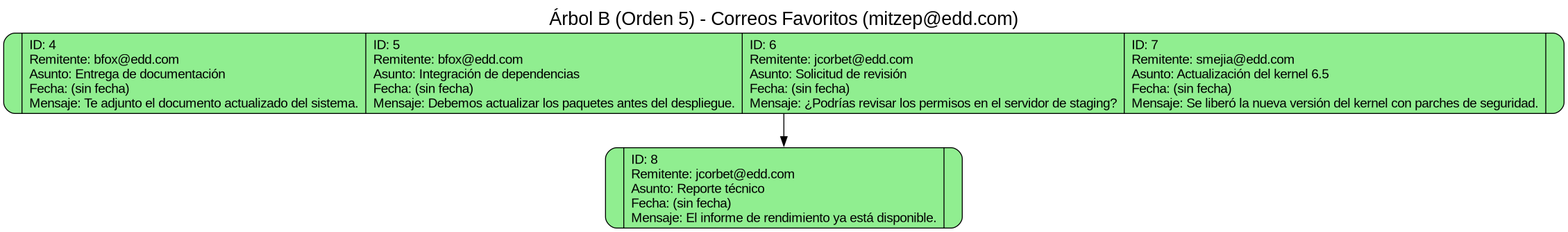
This is Fase3/src/Reportes/Usuario-Reportes/mitzep@edd.com/favoritos_btree.png from ChristianChinchilla/-EDD-2S2025_202308227, a Graphviz export, as it was before one commit. Its source is kept beside it as Fase3/src/Reportes/Usuario-Reportes/mitzep@edd.com/favoritos_btree.dot. Its diagram source:
```dot
digraph G {
  graph [fontname="Helvetica"];
  node  [shape=record, style="rounded,filled", fillcolor="lightgreen", fontname="Helvetica"];
  label="Árbol B (Orden 5) - Correos Favoritos (mitzep@edd.com)"; labelloc=t; fontsize=20;
  root [label="|{ID: 4\lRemitente: bfox@edd.com\lAsunto: Entrega de documentación\lFecha: (sin fecha)\lMensaje: Te adjunto el documento actualizado del sistema.\l}|{ID: 5\lRemitente: bfox@edd.com\lAsunto: Integración de dependencias\lFecha: (sin fecha)\lMensaje: Debemos actualizar los paquetes antes del despliegue.\l}|{ID: 6\lRemitente: jcorbet@edd.com\lAsunto: Solicitud de revisión\lFecha: (sin fecha)\lMensaje: ¿Podrías revisar los permisos en el servidor de staging?\l}|{ID: 7\lRemitente: smejia@edd.com\lAsunto: Actualización del kernel 6.5\lFecha: (sin fecha)\lMensaje: Se liberó la nueva versión del kernel con parches de seguridad.\l}|"];
  c0 [label="|{ID: 8\lRemitente: jcorbet@edd.com\lAsunto: Reporte técnico\lFecha: (sin fecha)\lMensaje: El informe de rendimiento ya está disponible.\l}|"];
  root -> c0;
}
```
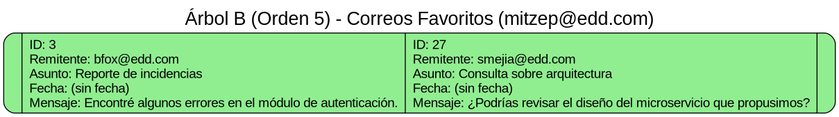
The same diagram one commit later.

What changed in the source:
```diff
@@ -2,7 +2,5 @@
   graph [fontname="Helvetica"];
   node  [shape=record, style="rounded,filled", fillcolor="lightgreen", fontname="Helvetica"];
   label="Árbol B (Orden 5) - Correos Favoritos (mitzep@edd.com)"; labelloc=t; fontsize=20;
-  root [label="|{ID: 4\lRemitente: bfox@edd.com\lAsunto: Entrega de documentación\lFecha: (sin fecha)\lMensaje: Te adjunto el documento actualizado del sistema.\l}|{ID: 5\lRemitente: bfox@edd.com\lAsunto: Integración de dependencias\lFecha: (sin fecha)\lMensaje: Debemos actualizar los paquetes antes del despliegue.\l}|{ID: 6\lRemitente: jcorbet@edd.com\lAsunto: Solicitud de revisión\lFecha: (sin fecha)\lMensaje: ¿Podrías revisar los permisos en el servidor de staging?\l}|{ID: 7\lRemitente: smejia@edd.com\lAsunto: Actualización del kernel 6.5\lFecha: (sin fecha)\lMensaje: Se liberó la nueva versión del kernel con parches de seguridad.\l}|"];
-  c0 [label="|{ID: 8\lRemitente: jcorbet@edd.com\lAsunto: Reporte técnico\lFecha: (sin fecha)\lMensaje: El informe de rendimiento ya está disponible.\l}|"];
-  root -> c0;
+  root [label="|{ID: 3\lRemitente: bfox@edd.com\lAsunto: Reporte de incidencias\lFecha: (sin fecha)\lMensaje: Encontré algunos errores en el módulo de autenticación.\l}|{ID: 27\lRemitente: smejia@edd.com\lAsunto: Consulta sobre arquitectura\lFecha: (sin fecha)\lMensaje: ¿Podrías revisar el diseño del microservicio que propusimos?\l}|"];
 }
```
